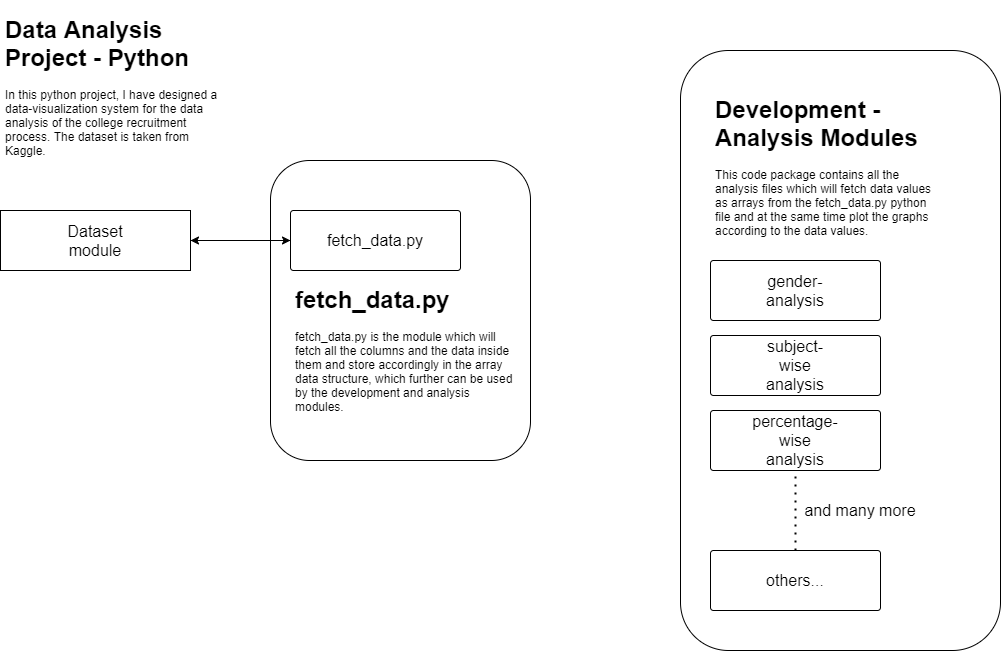
Earlier version of the draw.io export data_analysis_python.png (yashsehgal/data-visualization-project). Source tidied: cells renumbered, new cells last; positions are measured from the earlier drawing's top-left corner, leaving out a move shared by most shapes.
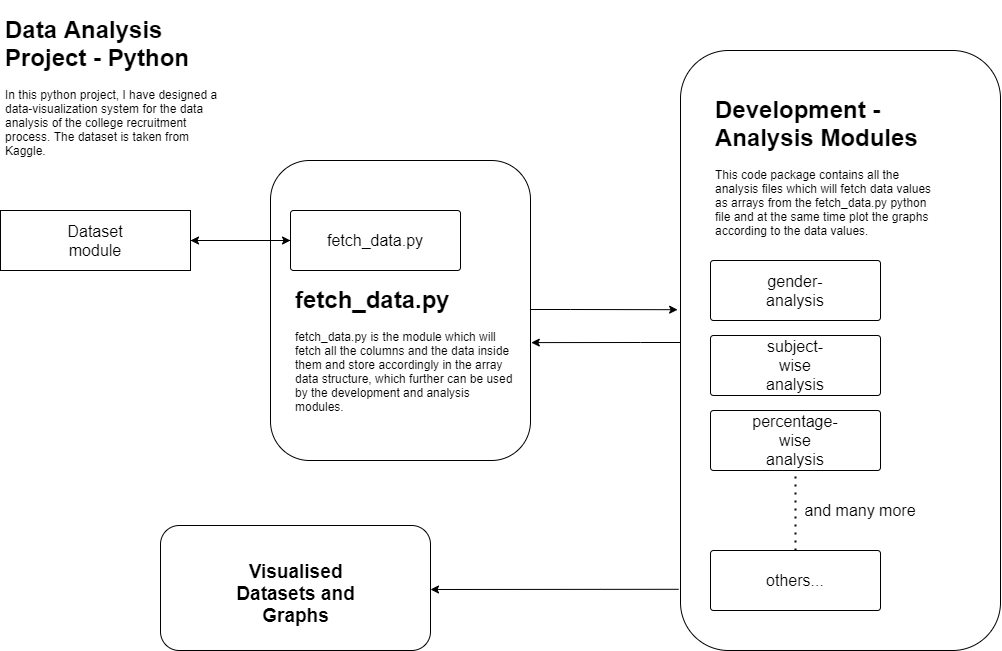
Above is the later version.

Change to the diagram source:
```diff
@@ -2,6 +2,14 @@
   <root>
     <mxCell id="0" />
     <mxCell id="1" parent="0" />
+    <mxCell id="23" style="edgeStyle=orthogonalEdgeStyle;rounded=0;jettySize=auto;html=1;entryX=-0.009;entryY=0.432;entryDx=0;entryDy=0;entryPerimeter=0;fontSize=16;" parent="1" edge="1" source="2" target="11">
+      <mxGeometry relative="1" as="geometry">
+        <Array as="points">
+          <mxPoint x="570" y="299" />
+          <mxPoint x="570" y="299" />
+        </Array>
+      </mxGeometry>
+    </mxCell>
     <mxCell id="2" style="rounded=1;whiteSpace=wrap;html=1;fontSize=16;" parent="1" vertex="1">
       <mxGeometry x="270" y="150" width="260" height="300" as="geometry" />
     </mxCell>
@@ -29,6 +37,23 @@
     <mxCell id="10" value="&lt;h1&gt;&lt;span&gt;fetch_data.py&lt;/span&gt;&lt;/h1&gt;&lt;div&gt;fetch_data.py is the module which will fetch all the columns and the data inside them and store accordingly in the array data structure, which further can be used by the development and analysis modules.&lt;/div&gt;" style="text;html=1;strokeColor=none;fillColor=none;spacing=5;spacingTop=-20;whiteSpace=wrap;overflow=hidden;rounded=0;" parent="1" vertex="1">
       <mxGeometry x="290" y="270" width="230" height="150" as="geometry" />
     </mxCell>
+    <mxCell id="24" style="edgeStyle=orthogonalEdgeStyle;rounded=0;jettySize=auto;html=1;entryX=1.003;entryY=0.607;entryDx=0;entryDy=0;entryPerimeter=0;fontSize=16;" parent="1" edge="1" source="11" target="2">
+      <mxGeometry relative="1" as="geometry">
+        <Array as="points">
+          <mxPoint x="640" y="332" />
+          <mxPoint x="640" y="332" />
+        </Array>
+      </mxGeometry>
+    </mxCell>
+    <mxCell id="25" style="edgeStyle=orthogonalEdgeStyle;rounded=0;jettySize=auto;html=1;fontSize=16;exitX=-0.006;exitY=0.898;exitDx=0;exitDy=0;exitPerimeter=0;" parent="1" edge="1" source="11">
+      <mxGeometry relative="1" as="geometry">
+        <mxPoint x="430" y="579" as="targetPoint" />
+        <Array as="points">
+          <mxPoint x="600" y="579" />
+          <mxPoint x="600" y="579" />
+        </Array>
+      </mxGeometry>
+    </mxCell>
     <mxCell id="11" style="rounded=1;whiteSpace=wrap;html=1;fontSize=16;" parent="1" vertex="1">
       <mxGeometry x="680" y="40" width="320" height="600" as="geometry" />
     </mxCell>
@@ -65,5 +90,11 @@
     <mxCell id="22" value="and many more" style="text;html=1;strokeColor=none;fillColor=none;align=center;verticalAlign=middle;whiteSpace=wrap;rounded=0;fontSize=16;" parent="1" vertex="1">
       <mxGeometry x="800" y="490" width="120" height="20" as="geometry" />
     </mxCell>
+    <mxCell id="26" style="rounded=1;whiteSpace=wrap;html=1;fontSize=16;" parent="1" vertex="1">
+      <mxGeometry x="160" y="515" width="270" height="125" as="geometry" />
+    </mxCell>
+    <mxCell id="27" value="Visualised Datasets and Graphs" style="text;html=1;strokeColor=none;fillColor=none;align=center;verticalAlign=middle;whiteSpace=wrap;rounded=0;fontSize=19;fontStyle=1;" parent="1" vertex="1">
+      <mxGeometry x="222.5" y="567.5" width="145" height="30" as="geometry" />
+    </mxCell>
   </root>
 </mxGraphModel>
```
